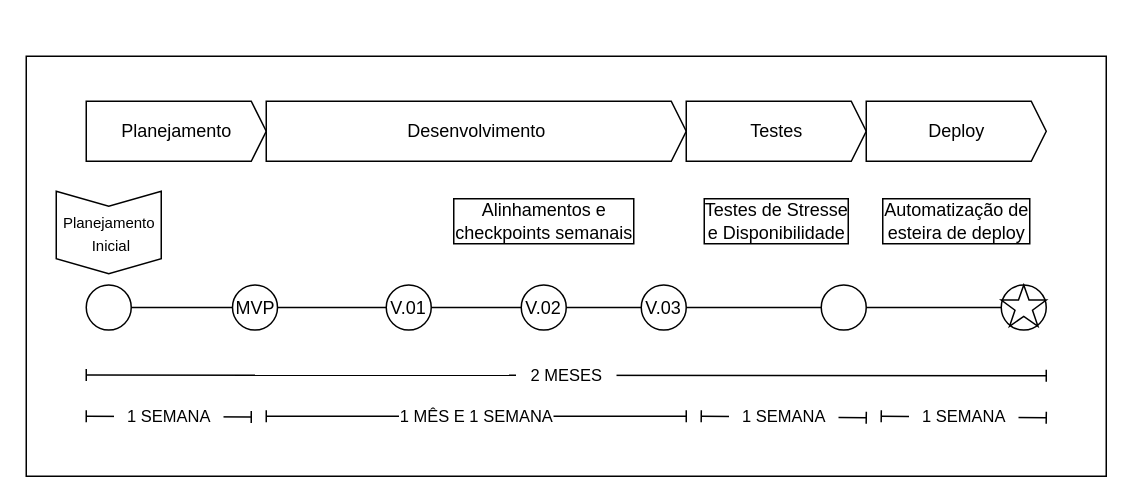
This is development timeline.drawio from ArturArtimonte/diagrans, a draw.io file, before an edit. Source tidied: cells renumbered, new cells numbered last; positions are measured from the earlier drawing's top-left corner, leaving out a move shared by most shapes. Both pictures are drawn from the tidied source at 150%, with x=0, y=0 at pixel (26, 56).
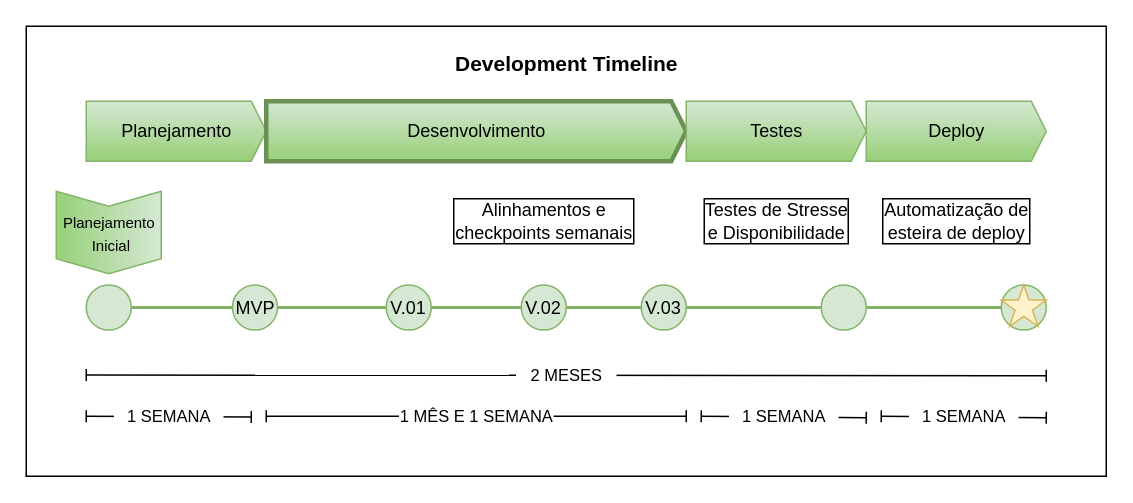
After the change.

Change to the diagram source:
```diff
@@
     <mxCell id="2" style="rounded=0;whiteSpace=wrap;html=1;" parent="1" vertex="1">
-      <mxGeometry width="720" height="280" as="geometry" />
+      <mxGeometry y="-20" width="720" height="300" as="geometry" />
     </mxCell>
-    <mxCell id="3" style="ellipse;whiteSpace=wrap;html=1;" parent="1" vertex="1">
+    <mxCell id="3" style="ellipse;whiteSpace=wrap;html=1;fillColor=#d5e8d4;strokeColor=#82b366;" parent="1" vertex="1">
       <mxGeometry x="650" y="152.5" width="30" height="30" as="geometry" />
     </mxCell>
-    <mxCell id="4" value="Planejamento" style="html=1;shadow=0;dashed=0;align=center;verticalAlign=middle;shape=mxgraph.arrows2.arrow;dy=0;dx=10;notch=0;" parent="1" vertex="1">
+    <mxCell id="4" value="Planejamento" style="html=1;shadow=0;dashed=0;align=center;verticalAlign=middle;shape=mxgraph.arrows2.arrow;dy=0;dx=10;notch=0;fillColor=#d5e8d4;strokeColor=#82b366;gradientColor=#97d077;" parent="1" vertex="1">
       <mxGeometry x="40" y="30" width="120" height="40" as="geometry" />
     </mxCell>
-    <mxCell id="5" value="Desenvolvimento" style="html=1;shadow=0;dashed=0;align=center;verticalAlign=middle;shape=mxgraph.arrows2.arrow;dy=0;dx=10;notch=0;" parent="1" vertex="1">
+    <mxCell id="5" value="Desenvolvimento" style="html=1;shadow=0;dashed=0;align=center;verticalAlign=middle;shape=mxgraph.arrows2.arrow;dy=0;dx=10;notch=0;fillColor=#d5e8d4;strokeColor=#6A9153;gradientColor=#97d077;strokeWidth=3;" parent="1" vertex="1">
       <mxGeometry x="160" y="30" width="280" height="40" as="geometry" />
     </mxCell>
-    <mxCell id="6" value="Testes" style="html=1;shadow=0;dashed=0;align=center;verticalAlign=middle;shape=mxgraph.arrows2.arrow;dy=0;dx=10;notch=0;" parent="1" vertex="1">
+    <mxCell id="6" value="Testes" style="html=1;shadow=0;dashed=0;align=center;verticalAlign=middle;shape=mxgraph.arrows2.arrow;dy=0;dx=10;notch=0;fillColor=#d5e8d4;strokeColor=#82b366;gradientColor=#97d077;" parent="1" vertex="1">
       <mxGeometry x="440" y="30" width="120" height="40" as="geometry" />
     </mxCell>
-    <mxCell id="7" value="Deploy" style="html=1;shadow=0;dashed=0;align=center;verticalAlign=middle;shape=mxgraph.arrows2.arrow;dy=0;dx=10;notch=0;" parent="1" vertex="1">
+    <mxCell id="7" value="Deploy" style="html=1;shadow=0;dashed=0;align=center;verticalAlign=middle;shape=mxgraph.arrows2.arrow;dy=0;dx=10;notch=0;fillColor=#d5e8d4;strokeColor=#82b366;gradientColor=#97d077;" parent="1" vertex="1">
       <mxGeometry x="560" y="30" width="120" height="40" as="geometry" />
     </mxCell>
-    <mxCell id="8" style="html=1;shadow=0;dashed=0;align=center;verticalAlign=middle;shape=mxgraph.arrows2.arrow;dy=0;dx=10;notch=10;rotation=90;whiteSpace=wrap;" parent="1" vertex="1">
+    <mxCell id="8" style="html=1;shadow=0;dashed=0;align=center;verticalAlign=middle;shape=mxgraph.arrows2.arrow;dy=0;dx=10;notch=10;rotation=90;whiteSpace=wrap;fillColor=#d5e8d4;strokeColor=#82b366;gradientColor=#97d077;" parent="1" vertex="1">
       <mxGeometry x="27.5" y="82.5" width="55" height="70" as="geometry" />
     </mxCell>
@@
-    <mxCell id="10" style="edgeStyle=orthogonalEdgeStyle;rounded=0;jettySize=auto;html=1;exitX=1;exitY=0.5;exitDx=0;exitDy=0;entryX=0;entryY=0.5;entryDx=0;entryDy=0;endArrow=none;endFill=0;flowAnimation=1;" parent="1" edge="1" source="11" target="13">
+    <mxCell id="10" style="edgeStyle=orthogonalEdgeStyle;rounded=0;jettySize=auto;html=1;exitX=1;exitY=0.5;exitDx=0;exitDy=0;entryX=0;entryY=0.5;entryDx=0;entryDy=0;endArrow=none;endFill=0;flowAnimation=1;strokeWidth=2;fillColor=#d5e8d4;strokeColor=#82b366;" parent="1" edge="1" source="11" target="13">
       <mxGeometry relative="1" as="geometry" />
     </mxCell>
-    <mxCell id="11" style="ellipse;whiteSpace=wrap;html=1;" parent="1" vertex="1">
+    <mxCell id="11" style="ellipse;whiteSpace=wrap;html=1;fillColor=#d5e8d4;strokeColor=#82b366;" parent="1" vertex="1">
       <mxGeometry x="40" y="152.5" width="30" height="30" as="geometry" />
     </mxCell>
-    <mxCell id="12" style="edgeStyle=orthogonalEdgeStyle;rounded=0;jettySize=auto;html=1;exitX=1;exitY=0.5;exitDx=0;exitDy=0;endArrow=none;endFill=0;flowAnimation=1;" parent="1" edge="1" source="13" target="15">
+    <mxCell id="12" style="edgeStyle=orthogonalEdgeStyle;rounded=0;jettySize=auto;html=1;exitX=1;exitY=0.5;exitDx=0;exitDy=0;endArrow=none;endFill=0;flowAnimation=1;strokeWidth=2;fillColor=#d5e8d4;strokeColor=#82b366;" parent="1" edge="1" source="13" target="15">
       <mxGeometry relative="1" as="geometry" />
     </mxCell>
-    <mxCell id="13" value="MVP" style="ellipse;whiteSpace=wrap;html=1;" parent="1" vertex="1">
+    <mxCell id="13" value="MVP" style="ellipse;whiteSpace=wrap;html=1;fillColor=#d5e8d4;strokeColor=#82b366;" parent="1" vertex="1">
       <mxGeometry x="137.5" y="152.5" width="30" height="30" as="geometry" />
     </mxCell>
-    <mxCell id="14" style="edgeStyle=orthogonalEdgeStyle;rounded=0;jettySize=auto;html=1;exitX=1;exitY=0.5;exitDx=0;exitDy=0;entryX=0;entryY=0.5;entryDx=0;entryDy=0;endArrow=none;endFill=0;flowAnimation=1;" parent="1" edge="1" source="15" target="17">
+    <mxCell id="14" style="edgeStyle=orthogonalEdgeStyle;rounded=0;jettySize=auto;html=1;exitX=1;exitY=0.5;exitDx=0;exitDy=0;entryX=0;entryY=0.5;entryDx=0;entryDy=0;endArrow=none;endFill=0;flowAnimation=1;strokeWidth=2;fillColor=#d5e8d4;strokeColor=#82b366;" parent="1" edge="1" source="15" target="17">
       <mxGeometry relative="1" as="geometry" />
     </mxCell>
-    <mxCell id="15" value="V.01" style="ellipse;whiteSpace=wrap;html=1;" parent="1" vertex="1">
+    <mxCell id="15" value="V.01" style="ellipse;whiteSpace=wrap;html=1;fillColor=#d5e8d4;strokeColor=#82b366;" parent="1" vertex="1">
       <mxGeometry x="240" y="152.5" width="30" height="30" as="geometry" />
     </mxCell>
-    <mxCell id="16" style="edgeStyle=orthogonalEdgeStyle;rounded=0;jettySize=auto;html=1;exitX=1;exitY=0.5;exitDx=0;exitDy=0;entryX=0;entryY=0.5;entryDx=0;entryDy=0;endArrow=none;endFill=0;flowAnimation=1;" parent="1" edge="1" source="17" target="19">
+    <mxCell id="16" style="edgeStyle=orthogonalEdgeStyle;rounded=0;jettySize=auto;html=1;exitX=1;exitY=0.5;exitDx=0;exitDy=0;entryX=0;entryY=0.5;entryDx=0;entryDy=0;endArrow=none;endFill=0;flowAnimation=1;strokeWidth=2;fillColor=#d5e8d4;strokeColor=#82b366;" parent="1" edge="1" source="17" target="19">
       <mxGeometry relative="1" as="geometry" />
     </mxCell>
-    <mxCell id="17" value="V.02" style="ellipse;whiteSpace=wrap;html=1;" parent="1" vertex="1">
+    <mxCell id="17" value="V.02" style="ellipse;whiteSpace=wrap;html=1;fillColor=#d5e8d4;strokeColor=#82b366;" parent="1" vertex="1">
       <mxGeometry x="330" y="152.5" width="30" height="30" as="geometry" />
     </mxCell>
-    <mxCell id="18" style="edgeStyle=orthogonalEdgeStyle;rounded=0;jettySize=auto;html=1;exitX=1;exitY=0.5;exitDx=0;exitDy=0;entryX=0;entryY=0.5;entryDx=0;entryDy=0;endArrow=none;endFill=0;flowAnimation=1;" parent="1" edge="1" source="19" target="22">
+    <mxCell id="18" style="edgeStyle=orthogonalEdgeStyle;rounded=0;jettySize=auto;html=1;exitX=1;exitY=0.5;exitDx=0;exitDy=0;entryX=0;entryY=0.5;entryDx=0;entryDy=0;endArrow=none;endFill=0;flowAnimation=1;strokeWidth=2;fillColor=#d5e8d4;strokeColor=#82b366;" parent="1" edge="1" source="19" target="22">
       <mxGeometry relative="1" as="geometry" />
     </mxCell>
-    <mxCell id="19" value="V.03" style="ellipse;whiteSpace=wrap;html=1;" parent="1" vertex="1">
+    <mxCell id="19" value="V.03" style="ellipse;whiteSpace=wrap;html=1;fillColor=#d5e8d4;strokeColor=#82b366;" parent="1" vertex="1">
       <mxGeometry x="410" y="152.5" width="30" height="30" as="geometry" />
     </mxCell>
-    <mxCell id="20" value="Alinhamentos e &lt;br&gt;checkpoints semanais" style="text;html=1;align=center;verticalAlign=middle;strokeColor=none;fillColor=none;labelBorderColor=default;" parent="1" vertex="1">
+    <mxCell id="20" value="Alinhamentos e &lt;br&gt;checkpoints semanais" style="text;html=1;align=center;verticalAlign=middle;labelBorderColor=default;" parent="1" vertex="1">
       <mxGeometry x="275" y="90" width="140" height="40" as="geometry" />
     </mxCell>
-    <mxCell id="21" style="edgeStyle=orthogonalEdgeStyle;rounded=0;jettySize=auto;html=1;exitX=1;exitY=0.5;exitDx=0;exitDy=0;entryX=0;entryY=0.5;entryDx=0;entryDy=0;endArrow=none;endFill=0;flowAnimation=1;" parent="1" edge="1" source="22" target="3">
+    <mxCell id="21" style="edgeStyle=orthogonalEdgeStyle;rounded=0;jettySize=auto;html=1;exitX=1;exitY=0.5;exitDx=0;exitDy=0;entryX=0;entryY=0.5;entryDx=0;entryDy=0;endArrow=none;endFill=0;flowAnimation=1;strokeWidth=2;fillColor=#d5e8d4;strokeColor=#82b366;" parent="1" edge="1" source="22" target="3">
       <mxGeometry relative="1" as="geometry" />
     </mxCell>
-    <mxCell id="22" style="ellipse;whiteSpace=wrap;html=1;" parent="1" vertex="1">
+    <mxCell id="22" style="ellipse;whiteSpace=wrap;html=1;fillColor=#d5e8d4;strokeColor=#82b366;" parent="1" vertex="1">
       <mxGeometry x="530" y="152.5" width="30" height="30" as="geometry" />
     </mxCell>
-    <mxCell id="23" style="verticalLabelPosition=bottom;verticalAlign=top;html=1;shape=mxgraph.basic.star;" parent="1" vertex="1">
+    <mxCell id="23" style="verticalLabelPosition=bottom;verticalAlign=top;html=1;shape=mxgraph.basic.star;fillColor=#fff2cc;strokeColor=#d6b656;" parent="1" vertex="1">
       <mxGeometry x="650" y="152.5" width="30" height="27.5" as="geometry" />
     </mxCell>
@@
-    <mxCell id="29" value="Testes de Stresse &lt;br&gt;e Disponibilidade" style="text;html=1;align=center;verticalAlign=middle;strokeColor=none;fillColor=none;labelBorderColor=default;" parent="1" vertex="1">
+    <mxCell id="29" value="Testes de Stresse &lt;br&gt;e Disponibilidade" style="text;html=1;align=center;verticalAlign=middle;labelBorderColor=default;" parent="1" vertex="1">
       <mxGeometry x="440" y="90" width="120" height="40" as="geometry" />
     </mxCell>
-    <mxCell id="30" value="Automatização de &lt;br&gt;esteira de deploy" style="text;html=1;align=center;verticalAlign=middle;strokeColor=none;fillColor=none;labelBorderColor=default;" parent="1" vertex="1">
+    <mxCell id="30" value="Automatização de &lt;br&gt;esteira de deploy" style="text;html=1;align=center;verticalAlign=middle;labelBorderColor=default;" parent="1" vertex="1">
       <mxGeometry x="560" y="90" width="120" height="40" as="geometry" />
     </mxCell>
+    <mxCell id="31" value="Development Timeline" style="text;html=1;align=center;verticalAlign=middle;strokeColor=none;fillColor=none;fontSize=14;fontStyle=1;" parent="1" vertex="1">
+      <mxGeometry x="275" y="-10" width="170" height="30" as="geometry" />
+    </mxCell>
```
